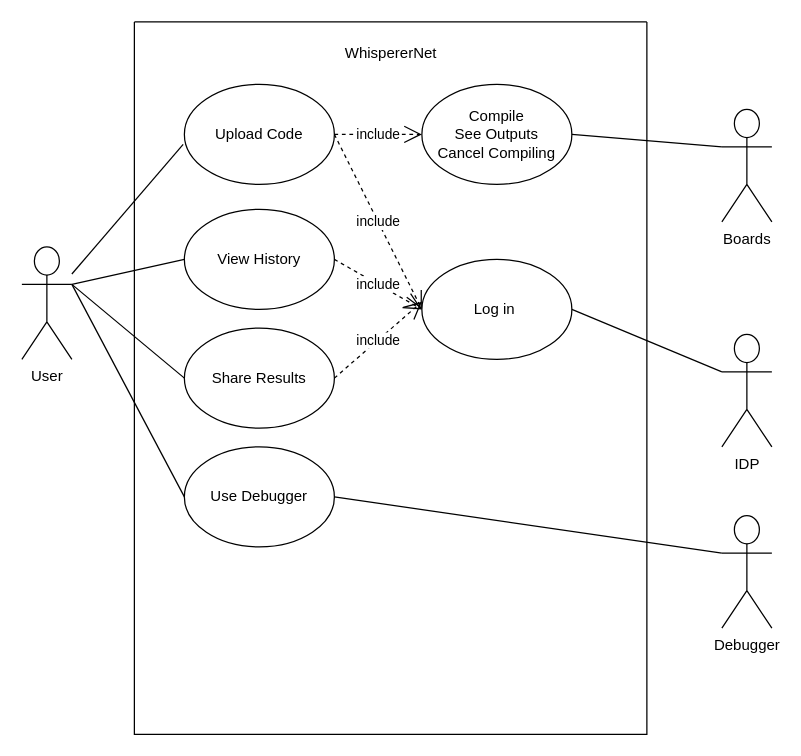
Above: Unbenanntes Diagramm.drawio in Duentemeiname/DjangoTestProjekts (draw.io), before the change. Source tidied: cells renumbered, new cells numbered last; positions are measured from the earlier drawing's top-left corner, leaving out a move shared by most shapes. Both pictures are drawn from the tidied source at 125%, with x=0, y=0 at pixel (21, 21).
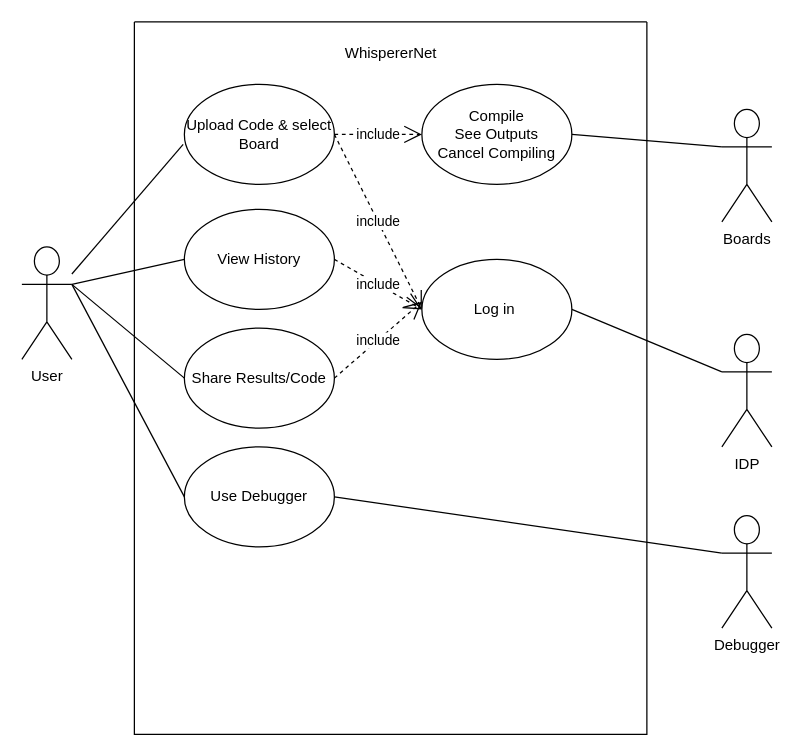
The same diagram, later.

Unchanged cells that the change refers to:
```xml
<mxCell id="2" style="swimlane;startSize=0;" parent="1" vertex="1">
  <mxGeometry x="90" width="410" height="570" as="geometry" />
</mxCell>
```

Diff of the diagram source:
```diff
@@
-    <mxCell id="4" value="Upload Code" style="ellipse;whiteSpace=wrap;html=1;" parent="2" vertex="1">
+    <mxCell id="4" value="Upload Code &amp;amp; select Board" style="ellipse;whiteSpace=wrap;html=1;" parent="2" vertex="1">
       <mxGeometry x="40" y="50" width="120" height="80" as="geometry" />
     </mxCell>
@@
-    <mxCell id="8" value="Share Results" style="ellipse;whiteSpace=wrap;html=1;" parent="2" vertex="1">
+    <mxCell id="8" value="Share Results/Code" style="ellipse;whiteSpace=wrap;html=1;" parent="2" vertex="1">
       <mxGeometry x="40" y="245" width="120" height="80" as="geometry" />
     </mxCell>
```
